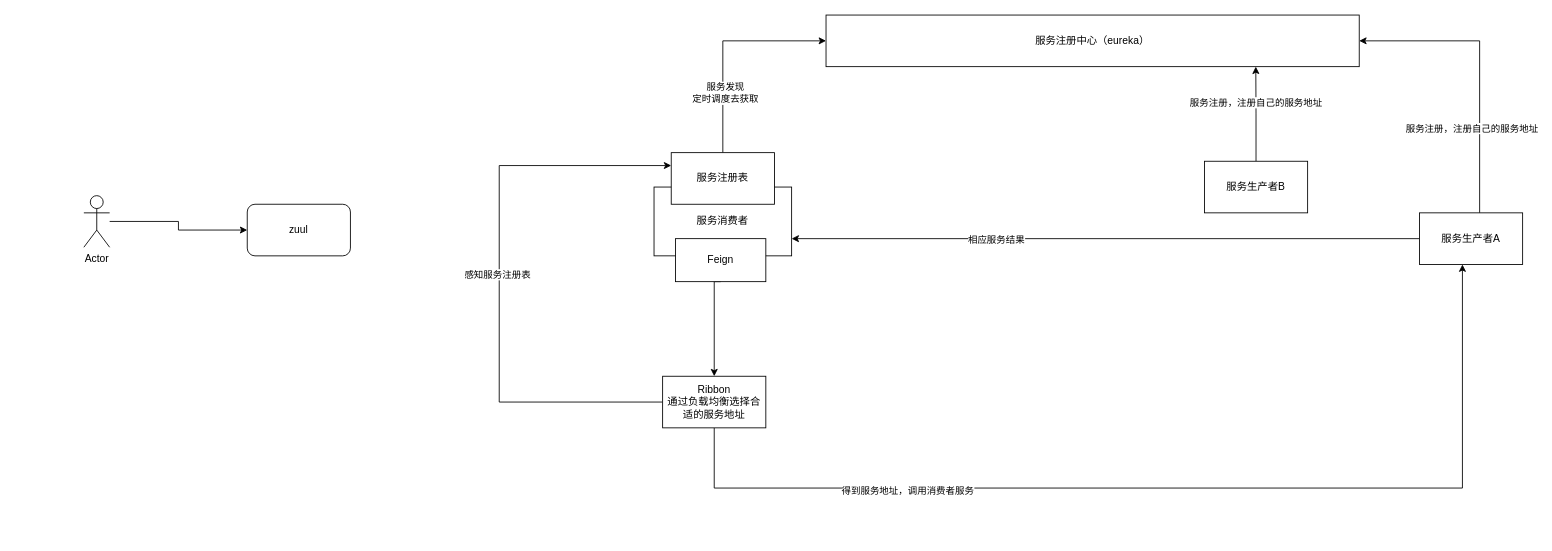
dabengxiang/diagrams keeps this draw.io diagram as spring cloud 架构图.drawio. Above is the earlier version. Source tidied: cells renumbered, new cells numbered last; positions are measured from the earlier drawing's top-left corner, leaving out a move shared by most shapes. Both pictures are drawn from the tidied source at 86%, with x=0, y=0 at pixel (83, 15).
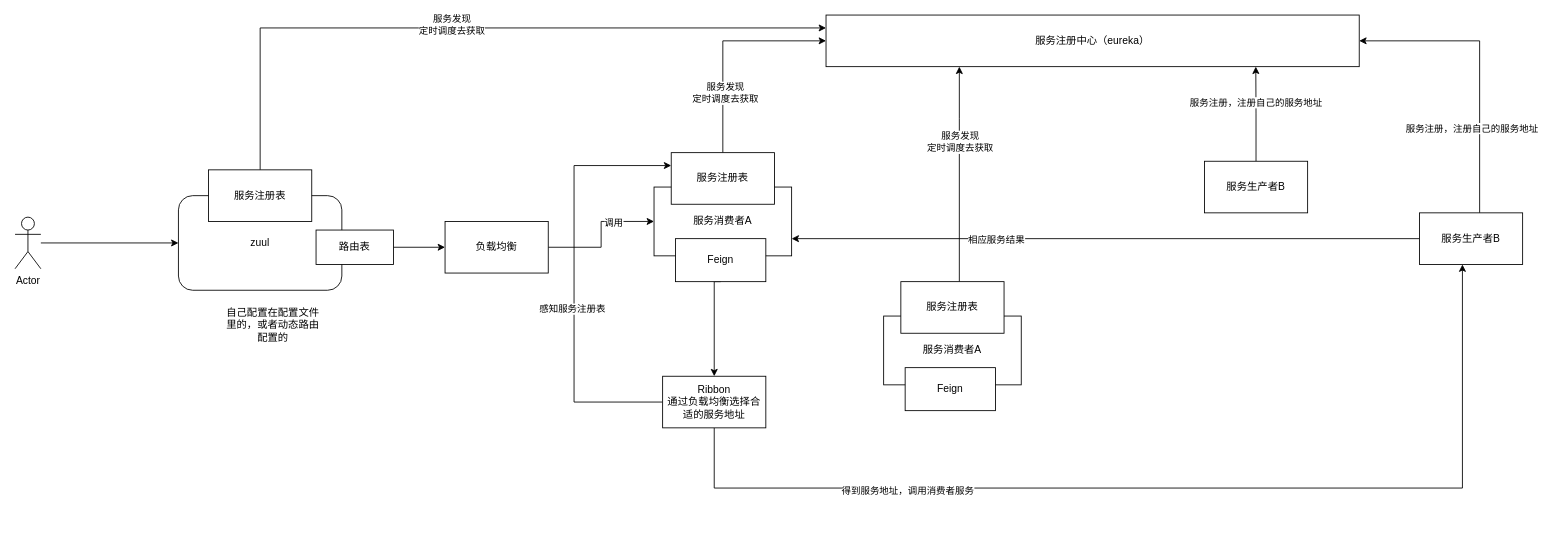
The same diagram, later.

Commit message:
已添加 spring cloud 架构图.drawio

The change refers to these unchanged cells:
```xml
<mxCell id="8" value="服务注册中心（eureka）" style="rounded=0;whiteSpace=wrap;html=1;" parent="1" vertex="1">
  <mxGeometry x="863" width="620" height="60" as="geometry" />
</mxCell>
<mxCell id="15" value="Ribbon&lt;br&gt;通过负载均衡选择合适的服务地址" style="rounded=0;whiteSpace=wrap;html=1;" parent="1" vertex="1">
  <mxGeometry x="673" y="420" width="120" height="60" as="geometry" />
</mxCell>
<mxCell id="18" value="服务注册表" style="rounded=0;whiteSpace=wrap;html=1;" parent="1" vertex="1">
  <mxGeometry x="683" y="160" width="120" height="60" as="geometry" />
</mxCell>
```

Change to the diagram source:
```diff
@@
-    <mxCell id="6" value="服务生产者A" style="rounded=0;whiteSpace=wrap;html=1;" parent="1" vertex="1">
+    <mxCell id="6" value="服务生产者B" style="rounded=0;whiteSpace=wrap;html=1;" parent="1" vertex="1">
       <mxGeometry x="1553" y="230" width="120" height="60" as="geometry" />
     </mxCell>
-    <mxCell id="7" value="服务消费者" style="rounded=0;whiteSpace=wrap;html=1;" parent="1" vertex="1">
+    <mxCell id="7" value="服务消费者A" style="rounded=0;whiteSpace=wrap;html=1;" parent="1" vertex="1">
       <mxGeometry x="663" y="200" width="160" height="80" as="geometry" />
     </mxCell>
@@
     <mxCell id="11" style="edgeStyle=orthogonalEdgeStyle;rounded=0;jettySize=auto;html=1;entryX=0;entryY=0.25;entryDx=0;entryDy=0;" parent="1" edge="1" source="15" target="18">
       <mxGeometry relative="1" as="geometry">
         <Array as="points">
-          <mxPoint x="483" y="450" />
-          <mxPoint x="483" y="175" />
+          <mxPoint x="570" y="450" />
+          <mxPoint x="570" y="175" />
         </Array>
       </mxGeometry>
     </mxCell>
     <mxCell id="12" value="感知服务注册表" style="edgeLabel;html=1;align=center;verticalAlign=middle;" parent="11" vertex="1">
-      <mxGeometry x="0.02" y="3" relative="1" as="geometry" />
+      <mxGeometry x="0.02" y="3" relative="1" as="geometry">
+        <mxPoint y="38.4" as="offset" />
+      </mxGeometry>
     </mxCell>
@@
     <mxCell id="23" value="Actor" style="shape=umlActor;verticalLabelPosition=bottom;labelBackgroundColor=#ffffff;verticalAlign=top;html=1;outlineConnect=0;" parent="1" vertex="1">
-      <mxGeometry y="210" width="30" height="60" as="geometry" />
+      <mxGeometry x="-80" y="235" width="30" height="60" as="geometry" />
     </mxCell>
     <mxCell id="24" value="zuul" style="rounded=1;whiteSpace=wrap;html=1;" parent="1" vertex="1">
-      <mxGeometry x="190" y="220" width="120" height="60" as="geometry" />
+      <mxGeometry x="110" y="210" width="190" height="110" as="geometry" />
     </mxCell>
+    <mxCell id="25" style="edgeStyle=orthogonalEdgeStyle;rounded=0;jettySize=auto;html=1;entryX=0;entryY=0.5;entryDx=0;entryDy=0;" parent="1" edge="1" source="26" target="40">
+      <mxGeometry relative="1" as="geometry" />
+    </mxCell>
+    <mxCell id="26" value="路由表" style="rounded=0;whiteSpace=wrap;html=1;" parent="1" vertex="1">
+      <mxGeometry x="270" y="250" width="90" height="40" as="geometry" />
+    </mxCell>
+    <mxCell id="27" style="text;html=1;align=center;verticalAlign=middle;" parent="1" vertex="1">
+      <mxGeometry x="192" y="586" width="20" height="20" as="geometry" />
+    </mxCell>
+    <mxCell id="28" value="服务消费者A" style="rounded=0;whiteSpace=wrap;html=1;" parent="1" vertex="1">
+      <mxGeometry x="930" y="350" width="160" height="80" as="geometry" />
+    </mxCell>
+    <mxCell id="29" value="Feign" style="rounded=0;whiteSpace=wrap;html=1;" parent="1" vertex="1">
+      <mxGeometry x="955" y="410" width="105" height="50" as="geometry" />
+    </mxCell>
+    <mxCell id="30" style="edgeStyle=orthogonalEdgeStyle;rounded=0;jettySize=auto;html=1;entryX=0.25;entryY=1;entryDx=0;entryDy=0;" parent="1" edge="1" source="32" target="8">
+      <mxGeometry relative="1" as="geometry">
+        <Array as="points">
+          <mxPoint x="1018" y="120" />
+          <mxPoint x="1018" y="120" />
+        </Array>
+      </mxGeometry>
+    </mxCell>
+    <mxCell id="31" value="服务发现&lt;br&gt;定时调度去获取" style="edgeLabel;html=1;align=center;verticalAlign=middle;" parent="30" vertex="1">
+      <mxGeometry x="0.3" relative="1" as="geometry" />
+    </mxCell>
+    <mxCell id="32" value="服务注册表" style="rounded=0;whiteSpace=wrap;html=1;" parent="1" vertex="1">
+      <mxGeometry x="950" y="310" width="120" height="60" as="geometry" />
+    </mxCell>
+    <mxCell id="33" value="自己配置在配置文件里的，或者动态路由配置的" style="text;html=1;strokeColor=none;fillColor=none;align=center;verticalAlign=middle;whiteSpace=wrap;rounded=0;" parent="1" vertex="1">
+      <mxGeometry x="160" y="350" width="120" height="20" as="geometry" />
+    </mxCell>
+    <mxCell id="34" style="edgeStyle=orthogonalEdgeStyle;rounded=0;jettySize=auto;html=1;exitX=0.5;exitY=0;exitDx=0;exitDy=0;entryX=0;entryY=0.25;entryDx=0;entryDy=0;" parent="1" edge="1" source="37" target="8">
+      <mxGeometry relative="1" as="geometry" />
+    </mxCell>
+    <mxCell id="35" style="edgeLabel;html=1;align=center;verticalAlign=middle;" parent="34" vertex="1">
+      <mxGeometry x="-0.14" y="5" relative="1" as="geometry" />
+    </mxCell>
+    <mxCell id="36" value="服务发现&lt;br&gt;定时调度去获取" style="edgeLabel;html=1;align=center;verticalAlign=middle;" parent="34" vertex="1">
+      <mxGeometry x="-0.06" y="3" relative="1" as="geometry" />
+    </mxCell>
+    <mxCell id="37" value="服务注册表" style="rounded=0;whiteSpace=wrap;html=1;" parent="1" vertex="1">
+      <mxGeometry x="145" y="180" width="120" height="60" as="geometry" />
+    </mxCell>
+    <mxCell id="38" style="edgeStyle=orthogonalEdgeStyle;rounded=0;jettySize=auto;html=1;" parent="1" edge="1" source="40" target="7">
+      <mxGeometry relative="1" as="geometry" />
+    </mxCell>
+    <mxCell id="39" value="调用" style="edgeLabel;html=1;align=center;verticalAlign=middle;" parent="38" vertex="1">
+      <mxGeometry x="0.37" y="-1" relative="1" as="geometry" />
+    </mxCell>
+    <mxCell id="40" value="负载均衡" style="rounded=0;whiteSpace=wrap;html=1;" parent="1" vertex="1">
+      <mxGeometry x="420" y="240" width="120" height="60" as="geometry" />
+    </mxCell>
```
